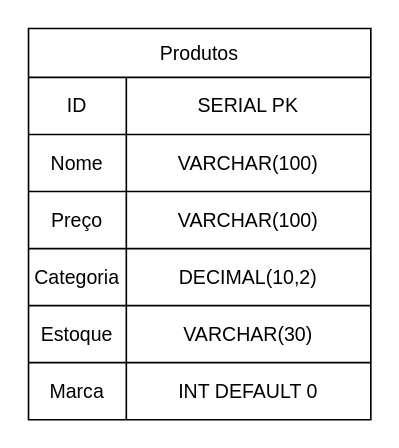
ferrnd/Atividade-SQL-UPDATE-e-DELETE keeps this draw.io diagram as produtos.drawio. Above is the earlier version. Source tidied: cells renumbered, new cells numbered last; positions are measured from the earlier drawing's top-left corner, leaving out a move shared by most shapes. Both pictures are drawn from the tidied source at 163%, with x=0, y=0 at pixel (28, 28).
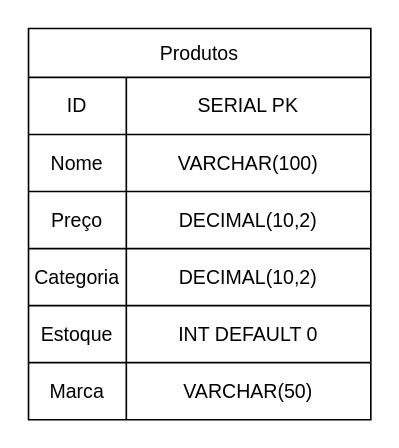
Above is the later version.

Commit message:
Criado DER

The change refers to these unchanged cells:
```xml
<mxCell id="9" style="shape=tableRow;horizontal=0;startSize=0;swimlaneHead=0;swimlaneBody=0;strokeColor=inherit;top=0;left=0;bottom=0;right=0;fillColor=none;" parent="2" vertex="1">
  <mxGeometry y="100" width="210" height="35" as="geometry" />
</mxCell>
<mxCell id="15" style="shape=tableRow;horizontal=0;startSize=0;swimlaneHead=0;swimlaneBody=0;strokeColor=inherit;top=0;left=0;bottom=0;right=0;fillColor=none;" parent="2" vertex="1">
  <mxGeometry y="170" width="210" height="35" as="geometry" />
</mxCell>
<mxCell id="18" style="shape=tableRow;horizontal=0;startSize=0;swimlaneHead=0;swimlaneBody=0;strokeColor=inherit;top=0;left=0;bottom=0;right=0;fillColor=none;" parent="2" vertex="1">
  <mxGeometry y="205" width="210" height="35" as="geometry" />
</mxCell>
```

The edit, as a diff of the source:
```diff
@@
-    <mxCell id="11" value="VARCHAR(100)" style="shape=partialRectangle;html=1;whiteSpace=wrap;strokeColor=inherit;overflow=hidden;fillColor=none;top=0;left=0;bottom=0;right=0;" parent="9" vertex="1">
+    <mxCell id="11" value="DECIMAL(10,2)" style="shape=partialRectangle;html=1;whiteSpace=wrap;strokeColor=inherit;overflow=hidden;fillColor=none;top=0;left=0;bottom=0;right=0;" parent="9" vertex="1">
       <mxGeometry x="60" width="150" height="35" as="geometry" />
     </mxCell>
@@
-    <mxCell id="17" value="VARCHAR(30)" style="shape=partialRectangle;html=1;whiteSpace=wrap;strokeColor=inherit;overflow=hidden;fillColor=none;top=0;left=0;bottom=0;right=0;" parent="15" vertex="1">
+    <mxCell id="17" value="INT DEFAULT 0" style="shape=partialRectangle;html=1;whiteSpace=wrap;strokeColor=inherit;overflow=hidden;fillColor=none;top=0;left=0;bottom=0;right=0;" parent="15" vertex="1">
       <mxGeometry x="60" width="150" height="35" as="geometry" />
     </mxCell>
@@
-    <mxCell id="20" value="INT DEFAULT 0" style="shape=partialRectangle;html=1;whiteSpace=wrap;strokeColor=inherit;overflow=hidden;fillColor=none;top=0;left=0;bottom=0;right=0;" parent="18" vertex="1">
+    <mxCell id="20" value="VARCHAR(50)" style="shape=partialRectangle;html=1;whiteSpace=wrap;strokeColor=inherit;overflow=hidden;fillColor=none;top=0;left=0;bottom=0;right=0;" parent="18" vertex="1">
       <mxGeometry x="60" width="150" height="35" as="geometry" />
     </mxCell>
```
